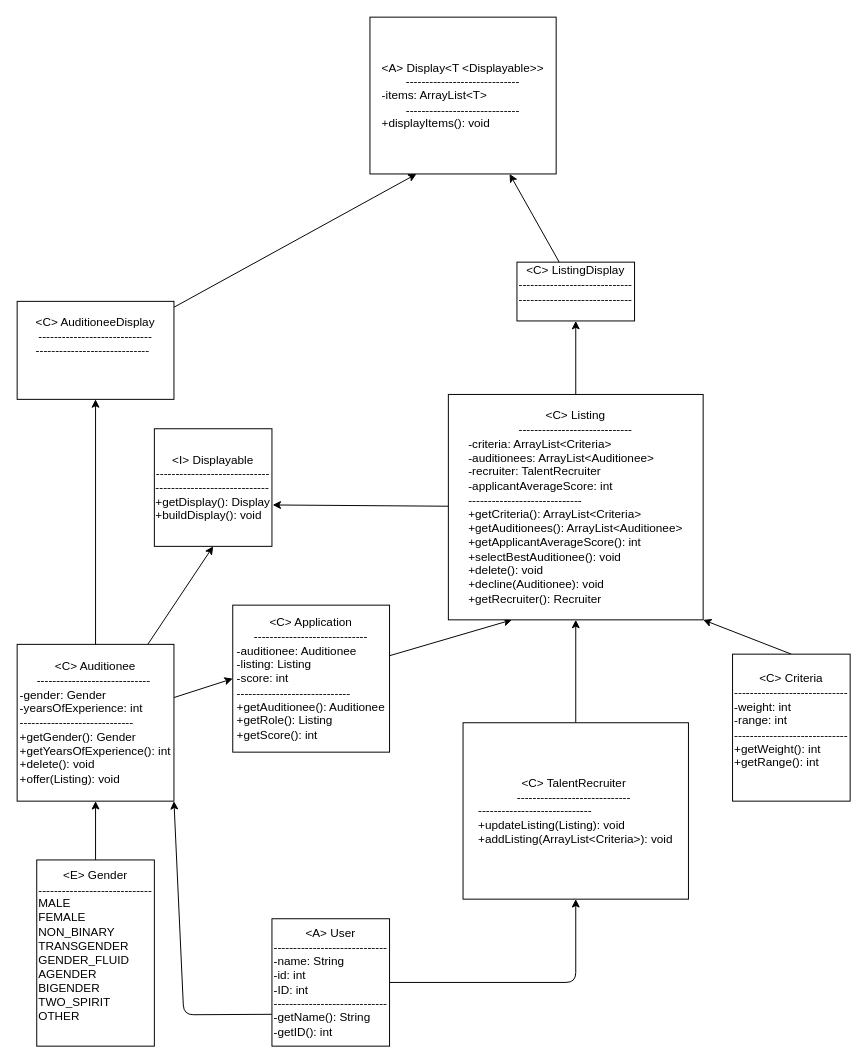
Before: main/docs/UML.drawio in daleUrquhart/TEMS, a draw.io diagram. Source tidied: cells renumbered, new cells numbered last; positions are measured from the earlier drawing's top-left corner, leaving out a move shared by most shapes. Both pictures are drawn from the tidied source at 98%, with x=0, y=0 at pixel (17, 17).
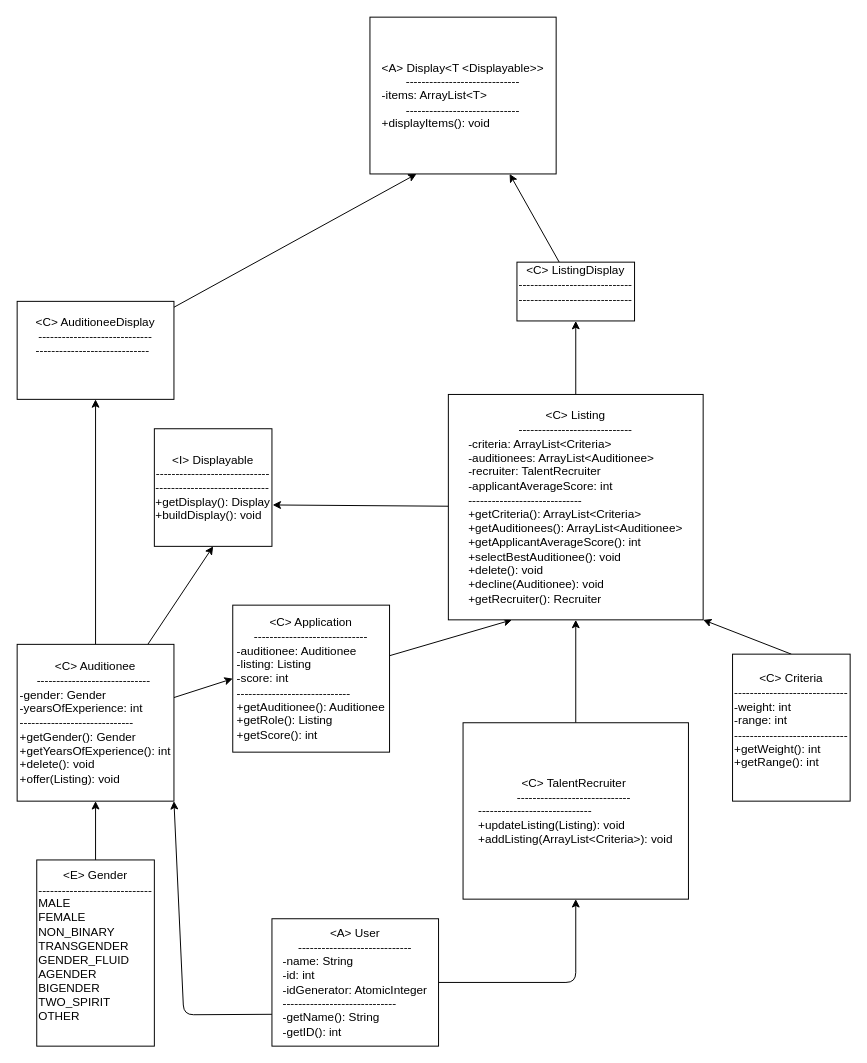
After the change.

The edit, as a diff of the source:
```diff
@@
-    <mxCell id="19" value="&amp;lt;A&amp;gt; User&lt;br&gt;-----------------------------&lt;br&gt;&lt;div style=&quot;text-align: left;&quot;&gt;-name: String&lt;/div&gt;&lt;div style=&quot;text-align: left;&quot;&gt;-id: int&lt;/div&gt;&lt;div style=&quot;text-align: left;&quot;&gt;-ID: int&lt;/div&gt;&lt;div style=&quot;text-align: left;&quot;&gt;-----------------------------&lt;/div&gt;&lt;div style=&quot;text-align: left;&quot;&gt;-getName(): String&lt;/div&gt;&lt;div style=&quot;text-align: left;&quot;&gt;-getID(): int&lt;/div&gt;" style="whiteSpace=wrap;html=1;" parent="1" vertex="1">
-      <mxGeometry x="260" y="920" width="120" height="130" as="geometry" />
+    <mxCell id="19" value="&amp;lt;A&amp;gt; User&lt;br&gt;-----------------------------&lt;br&gt;&lt;div style=&quot;text-align: left;&quot;&gt;-name: String&lt;/div&gt;&lt;div style=&quot;text-align: left;&quot;&gt;-id: int&lt;/div&gt;&lt;div style=&quot;text-align: left;&quot;&gt;-idGenerator: AtomicInteger&lt;/div&gt;&lt;div style=&quot;text-align: left;&quot;&gt;-----------------------------&lt;/div&gt;&lt;div style=&quot;text-align: left;&quot;&gt;-getName(): String&lt;/div&gt;&lt;div style=&quot;text-align: left;&quot;&gt;-getID(): int&lt;/div&gt;" style="whiteSpace=wrap;html=1;" parent="1" vertex="1">
+      <mxGeometry x="260" y="920" width="170" height="130" as="geometry" />
     </mxCell>
```
